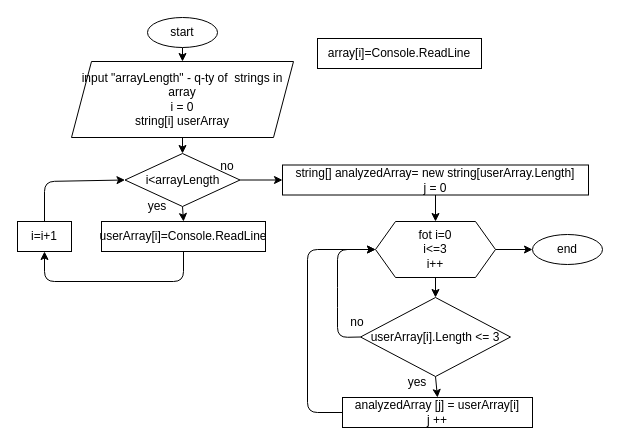
Earlier version of the draw.io diagram Algorithm.drawio (ElizavetaSkorniakova/--). Source tidied: cells renumbered, new cells numbered last; positions are measured from the earlier drawing's top-left corner, leaving out a move shared by most shapes. Both pictures are drawn from the tidied source at 100%, with x=0, y=0 at pixel (17, 17).
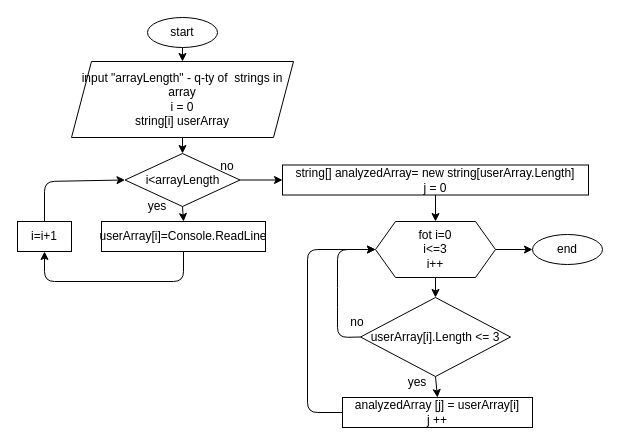
The same page after the edit.

Commit message (it also covers changes not shown here):
Algorithm png replaced

Diff of the diagram source:
```diff
@@
-    <mxCell id="15" value="array[i]=Console.ReadLine" style="rounded=0;whiteSpace=wrap;html=1;" parent="1" vertex="1">
-      <mxGeometry x="300" y="21" width="164" height="30" as="geometry" />
-    </mxCell>
```
